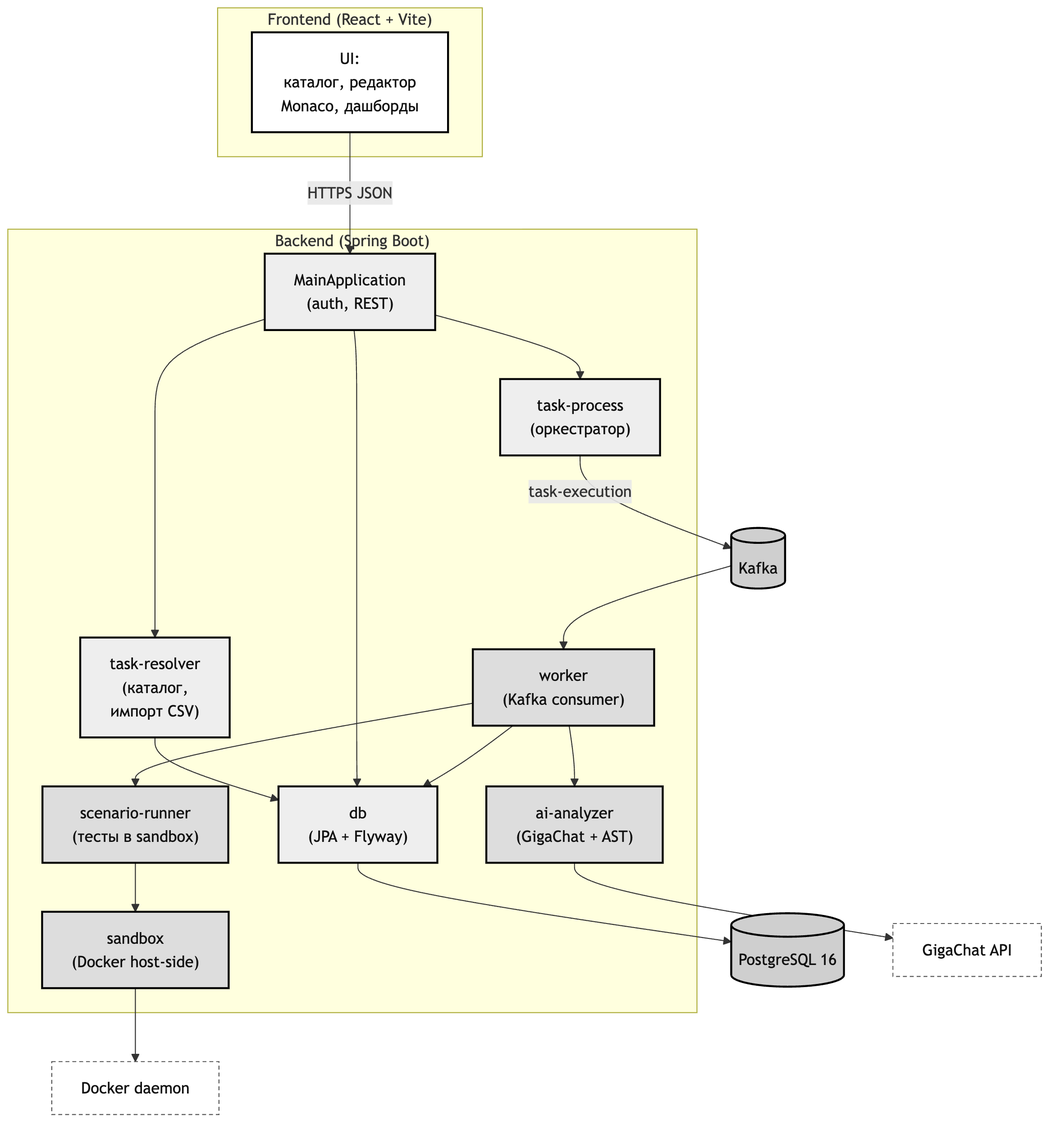
This is thesis/figures/03_c4_container.png from gazzsha/Web-Resolver-Task, a Mermaid export, as it was before one commit. Its source is kept beside it as thesis/figures/src/03_c4_container.mmd.
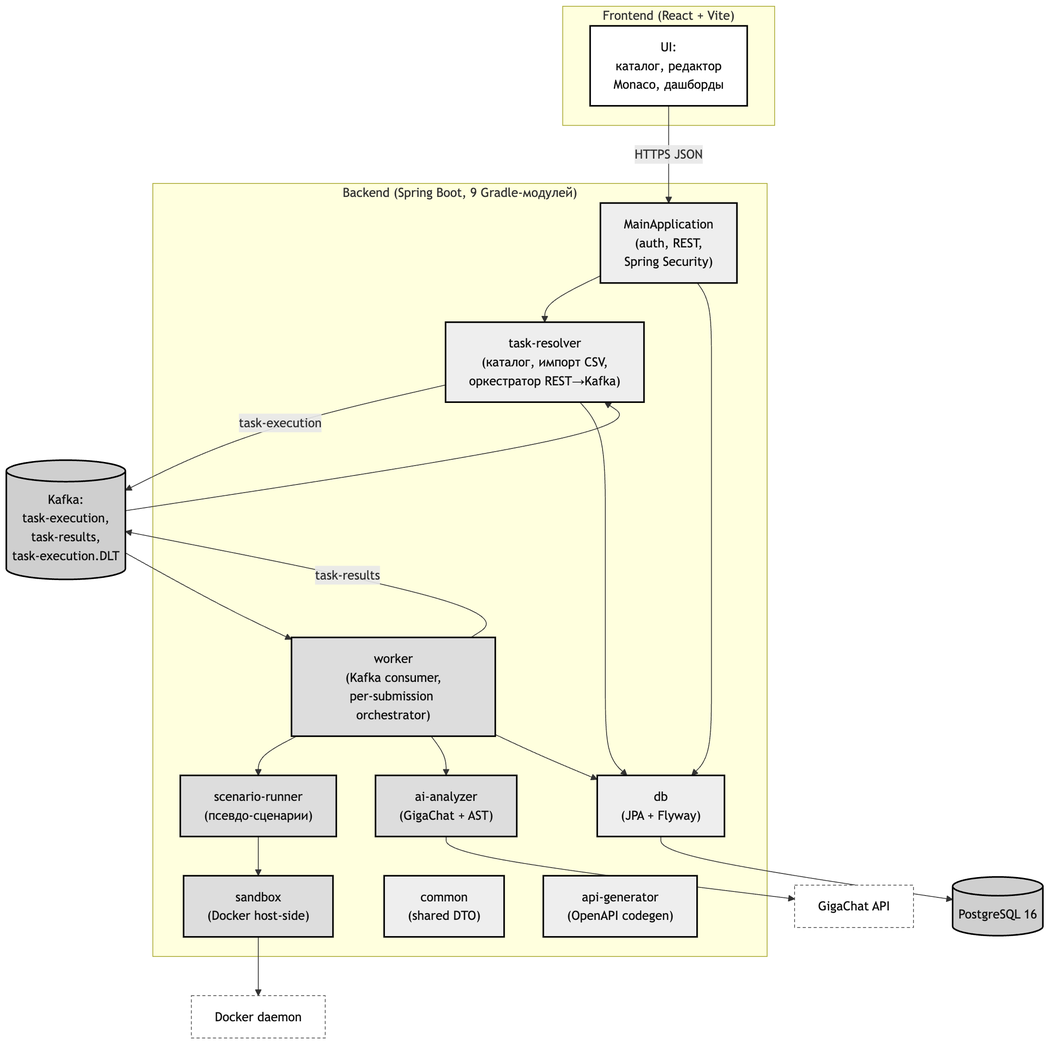
After the change.

Commit message:
docs(thesis): Step 7 — rebuild ПЗ.docx + C4 Container (9 модулей)

Change to the diagram source:
```diff
@@ -9,32 +9,34 @@
         FE["UI:<br/>каталог, редактор<br/>Monaco, дашборды"]:::ui
     end
 
-    subgraph Backend["Backend (Spring Boot)"]
-        MA["MainApplication<br/>(auth, REST)"]:::api
-        TR["task-resolver<br/>(каталог,<br/>импорт CSV)"]:::api
-        TP["task-process<br/>(оркестратор)"]:::api
-        WK["worker<br/>(Kafka consumer)"]:::worker
-        SR["scenario-runner<br/>(тесты в sandbox)"]:::worker
+    subgraph Backend["Backend (Spring Boot, 9 Gradle-модулей)"]
+        MA["MainApplication<br/>(auth, REST,<br/>Spring Security)"]:::api
+        TR["task-resolver<br/>(каталог, импорт CSV,<br/>оркестратор REST→Kafka)"]:::api
+        WK["worker<br/>(Kafka consumer,<br/>per-submission orchestrator)"]:::worker
+        SR["scenario-runner<br/>(псевдо-сценарии)"]:::worker
         SB["sandbox<br/>(Docker host-side)"]:::worker
         AI["ai-analyzer<br/>(GigaChat + AST)"]:::worker
         DB["db<br/>(JPA + Flyway)"]:::api
+        CM["common<br/>(shared DTO)"]:::api
+        AG["api-generator<br/>(OpenAPI codegen)"]:::api
     end
 
     PG[("PostgreSQL 16")]:::data
-    KF[("Kafka")]:::data
+    KF[("Kafka:<br/>task-execution,<br/>task-results,<br/>task-execution.DLT")]:::data
     GIG["GigaChat API"]:::ext
     DOCK["Docker daemon"]:::ext
 
     FE -- "HTTPS JSON" --> MA
     MA --> TR
-    MA --> TP
-    TP -- "task-execution" --> KF
+    TR -- "task-execution" --> KF
     KF --> WK
     WK --> SR
     SR --> SB
     SB --> DOCK
     WK --> AI
     AI --> GIG
+    WK -- "task-results" --> KF
+    KF --> TR
     TR --> DB
     MA --> DB
     WK --> DB
```
